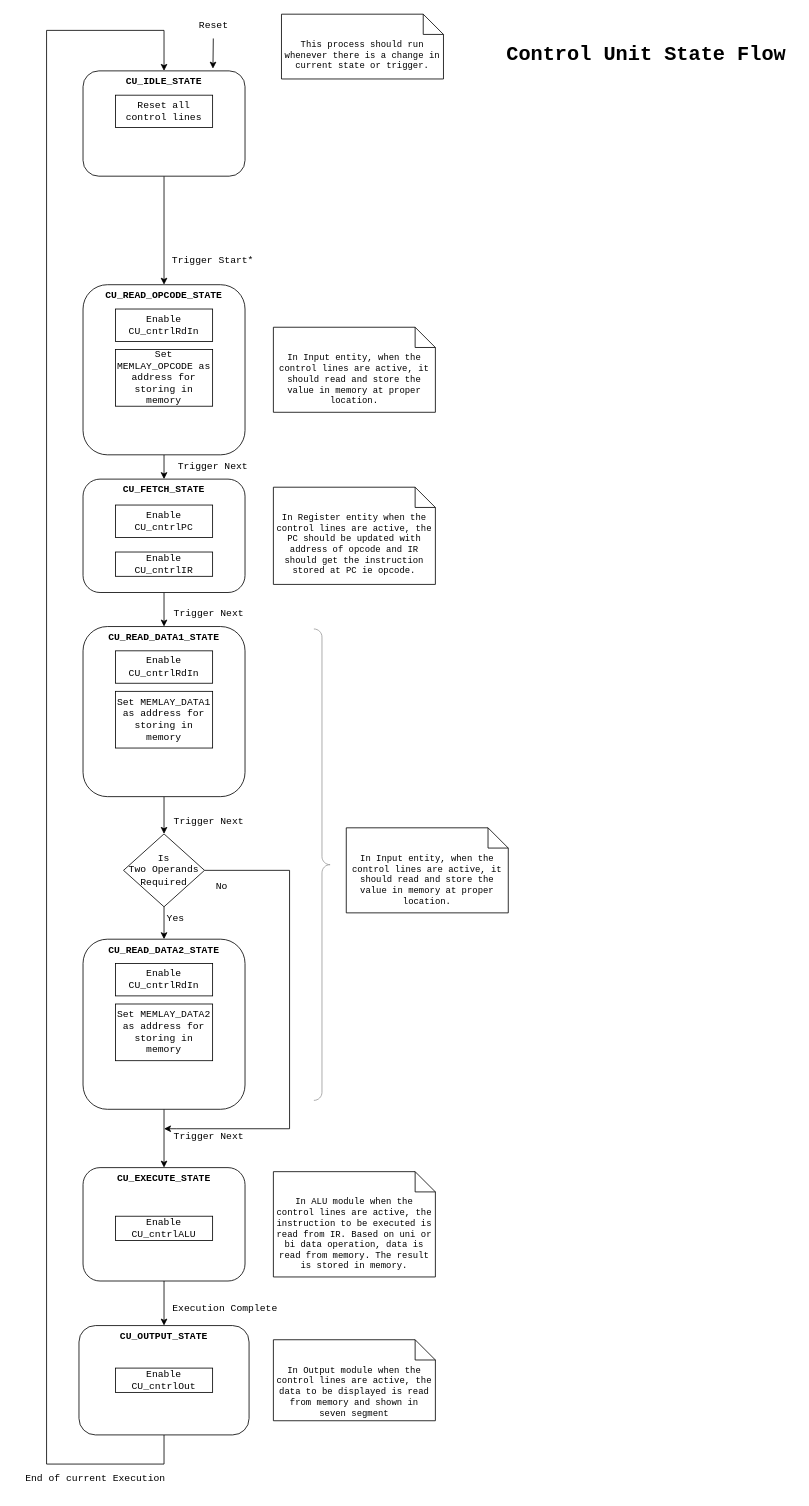
Earlier version of the draw.io diagram page "CU State Flow" (1 of 6) of 04_ControlUnit_v1/CPU_Design.drawio (Vichu95/Basic_CPU_FPGA). Source tidied: cells renumbered, new cells numbered last; positions are measured from the earlier drawing's top-left corner, leaving out a move shared by most shapes. Both pictures are drawn from the tidied source at 81%, with x=0, y=0 at pixel (14, 14).
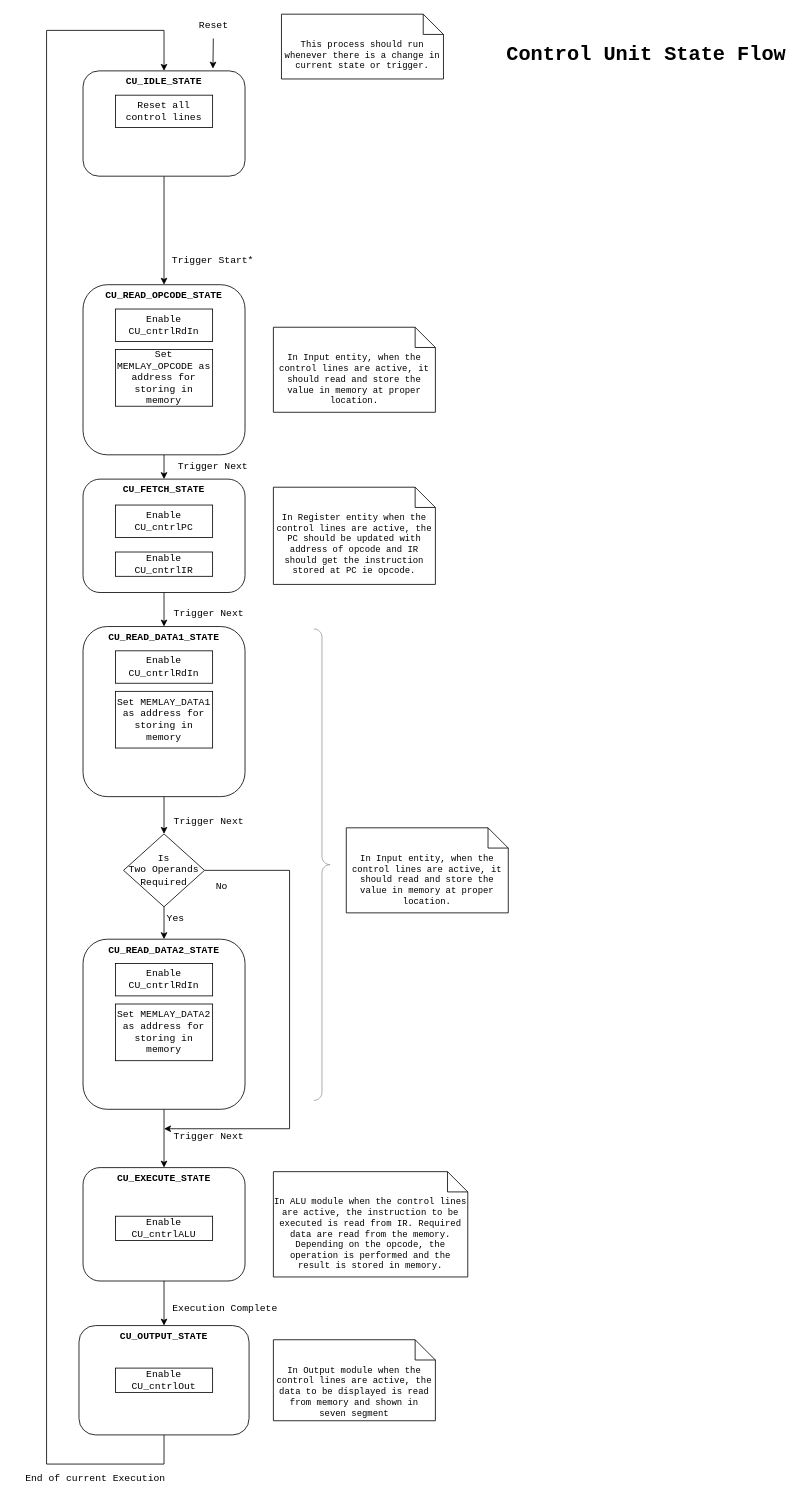
Above is the later version.

Commit message (it also covers changes not shown here):
Separate block diagram. Control unit first version done

The edit, as a diff of the source:
```diff
@@
-    <mxCell id="35" value="In ALU module when the control lines are active, the instruction to be executed is read from IR. Based on uni or bi data operation, data is read from memory. The result is stored in memory." style="shape=note2;boundedLbl=1;whiteSpace=wrap;html=1;size=25;verticalAlign=top;align=center;fontFamily=Courier New;fontSize=11;" parent="1" vertex="1">
-      <mxGeometry x="320" y="1429" width="200" height="130" as="geometry" />
+    <mxCell id="35" value="In ALU module when the control lines are active, the instruction to be executed is read from IR. Required data are read from the memory. Depending on the opcode, the operation is performed and the result is stored in memory." style="shape=note2;boundedLbl=1;whiteSpace=wrap;html=1;size=25;verticalAlign=top;align=center;fontFamily=Courier New;fontSize=11;" parent="1" vertex="1">
+      <mxGeometry x="320" y="1429" width="240" height="130" as="geometry" />
     </mxCell>
```
